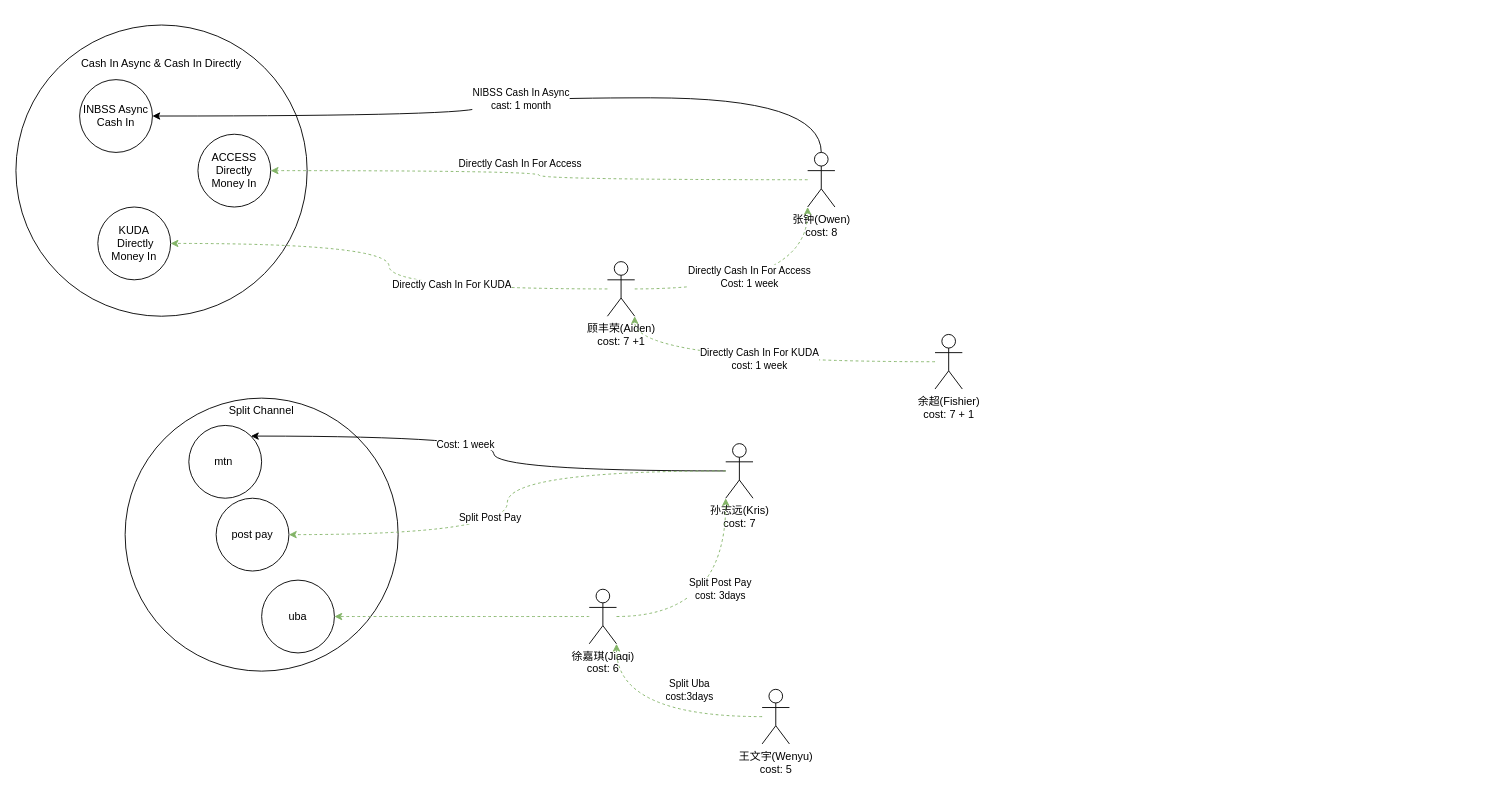
Before: 支付网络协作关系.drawio in catface996/images, a draw.io diagram. Source tidied: cells renumbered, new cells numbered last; positions are measured from the earlier drawing's top-left corner, leaving out a move shared by most shapes. Both pictures are drawn from the tidied source at 91%, with x=0, y=0 at pixel (15, 25).
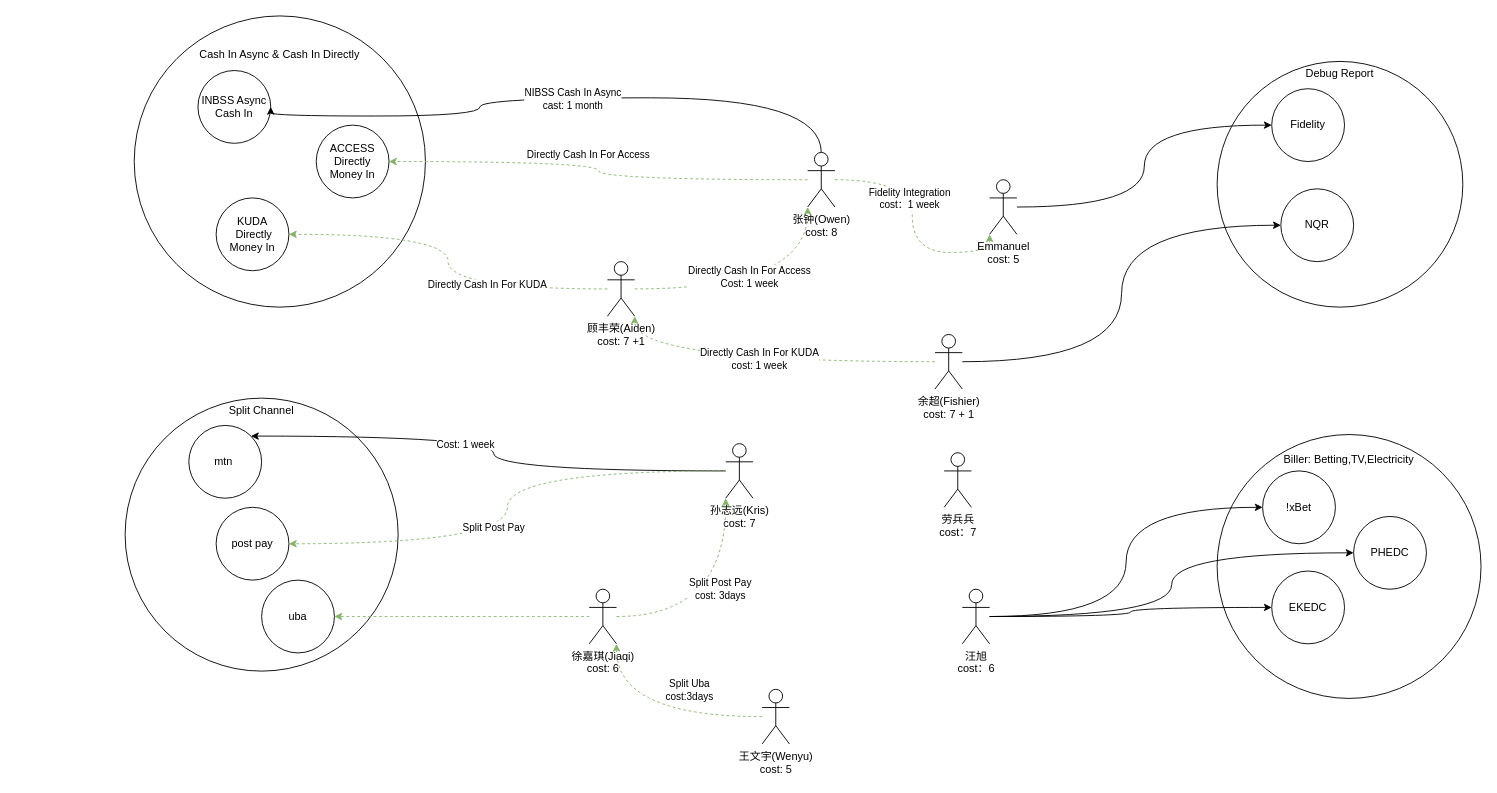
After the change.

Commit message (it also covers changes not shown here):
更新支付网络协作关系.drawio

The change refers to these unchanged cells:
```xml
<mxCell id="9" value="张钟(Owen)&lt;br&gt;cost: 8" style="shape=umlActor;verticalLabelPosition=bottom;verticalAlign=top;html=1;outlineConnect=0;" parent="1" vertex="1">
  <mxGeometry x="870" y="140" width="30" height="60" as="geometry" />
</mxCell>
<mxCell id="33" value="余超(Fishier)&lt;br&gt;cost: 7 + 1" style="shape=umlActor;verticalLabelPosition=bottom;verticalAlign=top;html=1;outlineConnect=0;" parent="1" vertex="1">
  <mxGeometry x="1010" y="340" width="30" height="60" as="geometry" />
</mxCell>
```

Change to the diagram source:
```diff
@@
+    <mxCell id="35" value="Debug Report" style="ellipse;whiteSpace=wrap;html=1;verticalAlign=top;" parent="1" vertex="1">
+      <mxGeometry x="1320" y="40" width="270" height="270" as="geometry" />
+    </mxCell>
+    <mxCell id="36" value="&lt;br&gt;Biller: Betting,TV,Electricity" style="ellipse;whiteSpace=wrap;html=1;verticalAlign=top;" parent="1" vertex="1">
+      <mxGeometry x="1320" y="450" width="290" height="290" as="geometry" />
+    </mxCell>
     <mxCell id="2" value="&lt;br&gt;&lt;br&gt;Cash In Async &amp;amp; Cash In Directly" style="ellipse;whiteSpace=wrap;html=1;verticalAlign=top;align=center;" parent="1" vertex="1">
-      <mxGeometry width="320" height="320" as="geometry" />
+      <mxGeometry x="130" y="-10" width="320" height="320" as="geometry" />
     </mxCell>
     <mxCell id="3" value="INBSS Async Cash In" style="ellipse;whiteSpace=wrap;html=1;" parent="1" vertex="1">
-      <mxGeometry x="70" y="60" width="80" height="80" as="geometry" />
+      <mxGeometry x="200" y="50" width="80" height="80" as="geometry" />
     </mxCell>
     <mxCell id="4" value="ACCESS Directly Money In" style="ellipse;whiteSpace=wrap;html=1;" parent="1" vertex="1">
-      <mxGeometry x="200" y="120" width="80" height="80" as="geometry" />
+      <mxGeometry x="330" y="110" width="80" height="80" as="geometry" />
     </mxCell>
@@
+    <mxCell id="37" style="edgeStyle=orthogonalEdgeStyle;rounded=0;jettySize=auto;html=1;entryX=0;entryY=1;entryDx=0;entryDy=0;entryPerimeter=0;dashed=1;curved=1;fillColor=#d5e8d4;strokeColor=#82b366;" parent="1" edge="1" source="9" target="49">
+      <mxGeometry relative="1" as="geometry" />
+    </mxCell>
+    <mxCell id="38" value="Fidelity Integration&lt;br&gt;cost：1 week" style="edgeLabel;html=1;align=center;verticalAlign=middle;" parent="37" vertex="1">
+      <mxGeometry x="-0.22" y="-4" relative="1" as="geometry" />
+    </mxCell>
@@
     <mxCell id="17" value="post pay" style="ellipse;whiteSpace=wrap;html=1;" parent="1" vertex="1">
-      <mxGeometry x="220" y="520" width="80" height="80" as="geometry" />
+      <mxGeometry x="220" y="530" width="80" height="80" as="geometry" />
     </mxCell>
@@
+    <mxCell id="39" style="edgeStyle=orthogonalEdgeStyle;rounded=0;jettySize=auto;html=1;entryX=0;entryY=0.5;entryDx=0;entryDy=0;curved=1;" parent="1" edge="1" source="33" target="51">
+      <mxGeometry relative="1" as="geometry" />
+    </mxCell>
@@
     <mxCell id="34" value="KUDA&lt;br&gt;&amp;nbsp;Directly Money In" style="ellipse;whiteSpace=wrap;html=1;" parent="1" vertex="1">
-      <mxGeometry x="90" y="200" width="80" height="80" as="geometry" />
+      <mxGeometry x="220" y="190" width="80" height="80" as="geometry" />
     </mxCell>
+    <mxCell id="40" style="edgeStyle=orthogonalEdgeStyle;rounded=0;jettySize=auto;html=1;entryX=0;entryY=0.5;entryDx=0;entryDy=0;curved=1;" parent="1" edge="1" source="43" target="45">
+      <mxGeometry relative="1" as="geometry" />
+    </mxCell>
+    <mxCell id="41" style="edgeStyle=orthogonalEdgeStyle;rounded=0;jettySize=auto;html=1;entryX=0;entryY=0.5;entryDx=0;entryDy=0;curved=1;" parent="1" edge="1" source="43" target="46">
+      <mxGeometry relative="1" as="geometry" />
+    </mxCell>
+    <mxCell id="42" style="edgeStyle=orthogonalEdgeStyle;rounded=0;jettySize=auto;html=1;entryX=0;entryY=0.5;entryDx=0;entryDy=0;curved=1;" parent="1" edge="1" source="43" target="47">
+      <mxGeometry relative="1" as="geometry" />
+    </mxCell>
+    <mxCell id="43" value="汪旭&lt;br&gt;cost：6" style="shape=umlActor;verticalLabelPosition=bottom;verticalAlign=top;html=1;outlineConnect=0;" parent="1" vertex="1">
+      <mxGeometry x="1040" y="620" width="30" height="60" as="geometry" />
+    </mxCell>
+    <mxCell id="44" value="劳兵兵&lt;br&gt;cost：7" style="shape=umlActor;verticalLabelPosition=bottom;verticalAlign=top;html=1;" parent="1" vertex="1">
+      <mxGeometry x="1020" y="470" width="30" height="60" as="geometry" />
+    </mxCell>
+    <mxCell id="45" value="!xBet" style="ellipse;whiteSpace=wrap;html=1;" parent="1" vertex="1">
+      <mxGeometry x="1370" y="490" width="80" height="80" as="geometry" />
+    </mxCell>
+    <mxCell id="46" value="PHEDC" style="ellipse;whiteSpace=wrap;html=1;" parent="1" vertex="1">
+      <mxGeometry x="1470" y="540" width="80" height="80" as="geometry" />
+    </mxCell>
+    <mxCell id="47" value="EKEDC" style="ellipse;whiteSpace=wrap;html=1;" parent="1" vertex="1">
+      <mxGeometry x="1380" y="600" width="80" height="80" as="geometry" />
+    </mxCell>
+    <mxCell id="48" style="edgeStyle=orthogonalEdgeStyle;rounded=0;jettySize=auto;html=1;entryX=0;entryY=0.5;entryDx=0;entryDy=0;curved=1;" parent="1" edge="1" source="49" target="50">
+      <mxGeometry relative="1" as="geometry" />
+    </mxCell>
+    <mxCell id="49" value="Emmanuel&lt;br&gt;cost: 5" style="shape=umlActor;verticalLabelPosition=bottom;verticalAlign=top;html=1;outlineConnect=0;" parent="1" vertex="1">
+      <mxGeometry x="1070" y="170" width="30" height="60" as="geometry" />
+    </mxCell>
+    <mxCell id="50" value="Fidelity" style="ellipse;whiteSpace=wrap;html=1;" parent="1" vertex="1">
+      <mxGeometry x="1380" y="70" width="80" height="80" as="geometry" />
+    </mxCell>
+    <mxCell id="51" value="NQR" style="ellipse;whiteSpace=wrap;html=1;" parent="1" vertex="1">
+      <mxGeometry x="1390" y="180" width="80" height="80" as="geometry" />
+    </mxCell>
```
